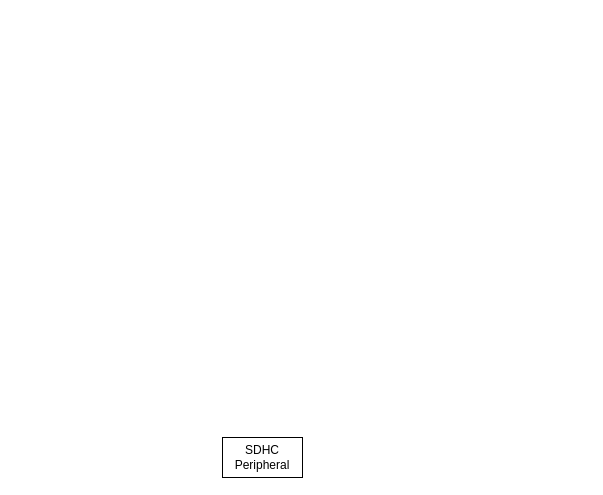
Lab-de-microprocesadores-G1/mp3-player keeps this draw.io diagram as page "Arquitectura" (2 of 2) of docs/diagrama.drawio. Above is the earlier version. Source tidied: cells renumbered, new cells numbered last; positions are measured from the earlier drawing's top-left corner, leaving out a move shared by most shapes. Both pictures are drawn from the tidied source at 100%, with x=0, y=0 at pixel (222, 437).
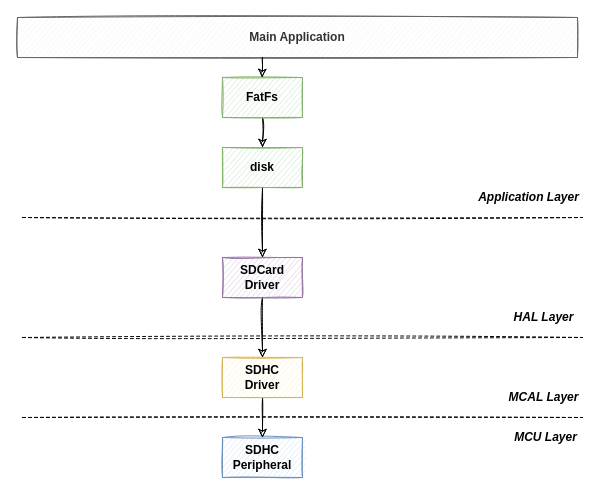
After the change.

Change to the diagram source:
```diff
@@
-    <mxCell id="2" value="SDHC Peripheral" style="rounded=0;whiteSpace=wrap;html=1;" parent="1" vertex="1">
+    <mxCell id="2" value="SDHC Peripheral" style="rounded=0;whiteSpace=wrap;html=1;sketch=1;fontStyle=1;fillColor=#dae8fc;strokeColor=#6c8ebf;" parent="1" vertex="1">
       <mxGeometry width="80" height="40" as="geometry" />
     </mxCell>
+    <mxCell id="3" style="edgeStyle=orthogonalEdgeStyle;rounded=0;jettySize=auto;html=1;exitX=0.5;exitY=1;exitDx=0;exitDy=0;entryX=0.5;entryY=0;entryDx=0;entryDy=0;sketch=1;" parent="1" edge="1" source="4" target="2">
+      <mxGeometry relative="1" as="geometry" />
+    </mxCell>
+    <mxCell id="4" value="SDHC&lt;br&gt;Driver" style="rounded=0;whiteSpace=wrap;html=1;sketch=1;fontStyle=1;fillColor=#fff2cc;strokeColor=#d6b656;" parent="1" vertex="1">
+      <mxGeometry y="-80" width="80" height="40" as="geometry" />
+    </mxCell>
+    <mxCell id="5" style="edgeStyle=orthogonalEdgeStyle;rounded=0;jettySize=auto;html=1;exitX=0.5;exitY=1;exitDx=0;exitDy=0;entryX=0.5;entryY=0;entryDx=0;entryDy=0;sketch=1;" parent="1" edge="1" source="6" target="4">
+      <mxGeometry relative="1" as="geometry" />
+    </mxCell>
+    <mxCell id="6" value="SDCard&lt;br&gt;Driver" style="rounded=0;whiteSpace=wrap;html=1;sketch=1;fontStyle=1;fillColor=#e1d5e7;strokeColor=#9673a6;" parent="1" vertex="1">
+      <mxGeometry y="-180" width="80" height="40" as="geometry" />
+    </mxCell>
+    <mxCell id="7" style="edgeStyle=orthogonalEdgeStyle;rounded=0;jettySize=auto;html=1;exitX=0.5;exitY=1;exitDx=0;exitDy=0;entryX=0.5;entryY=0;entryDx=0;entryDy=0;sketch=1;" parent="1" edge="1" source="8" target="6">
+      <mxGeometry relative="1" as="geometry" />
+    </mxCell>
+    <mxCell id="8" value="disk" style="rounded=0;whiteSpace=wrap;html=1;sketch=1;fontStyle=1;fillColor=#d5e8d4;strokeColor=#82b366;" parent="1" vertex="1">
+      <mxGeometry y="-290" width="80" height="40" as="geometry" />
+    </mxCell>
+    <mxCell id="9" style="edgeStyle=orthogonalEdgeStyle;rounded=0;jettySize=auto;html=1;exitX=0.5;exitY=1;exitDx=0;exitDy=0;entryX=0.5;entryY=0;entryDx=0;entryDy=0;sketch=1;" parent="1" edge="1" source="10" target="8">
+      <mxGeometry relative="1" as="geometry" />
+    </mxCell>
+    <mxCell id="10" value="FatFs" style="rounded=0;whiteSpace=wrap;html=1;sketch=1;fontStyle=1;fillColor=#d5e8d4;strokeColor=#82b366;" parent="1" vertex="1">
+      <mxGeometry y="-360" width="80" height="40" as="geometry" />
+    </mxCell>
+    <mxCell id="11" style="endArrow=none;dashed=1;html=1;sketch=1;" parent="1" edge="1">
+      <mxGeometry relative="1" as="geometry">
+        <mxPoint x="-200" y="-20" as="sourcePoint" />
+        <mxPoint x="360" y="-20" as="targetPoint" />
+      </mxGeometry>
+    </mxCell>
+    <mxCell id="12" style="endArrow=none;dashed=1;html=1;sketch=1;" parent="1" edge="1">
+      <mxGeometry relative="1" as="geometry">
+        <mxPoint x="-200" y="-220" as="sourcePoint" />
+        <mxPoint x="360" y="-220" as="targetPoint" />
+      </mxGeometry>
+    </mxCell>
+    <mxCell id="13" value="Application Layer" style="text;html=1;align=center;verticalAlign=middle;sketch=1;fontStyle=3;" parent="1" vertex="1">
+      <mxGeometry x="248" y="-250" width="115" height="20" as="geometry" />
+    </mxCell>
+    <mxCell id="14" value="MCAL Layer" style="text;html=1;align=center;verticalAlign=middle;sketch=1;fontStyle=3;" parent="1" vertex="1">
+      <mxGeometry x="278" y="-50" width="85" height="20" as="geometry" />
+    </mxCell>
+    <mxCell id="15" style="endArrow=none;dashed=1;html=1;sketch=1;" parent="1" edge="1">
+      <mxGeometry relative="1" as="geometry">
+        <mxPoint x="-200" y="-100" as="sourcePoint" />
+        <mxPoint x="360" y="-100" as="targetPoint" />
+      </mxGeometry>
+    </mxCell>
+    <mxCell id="16" value="HAL Layer" style="text;html=1;align=center;verticalAlign=middle;sketch=1;fontStyle=3;" parent="1" vertex="1">
+      <mxGeometry x="283" y="-130" width="75" height="20" as="geometry" />
+    </mxCell>
+    <mxCell id="17" value="MCU Layer" style="text;html=1;align=center;verticalAlign=middle;sketch=1;fontStyle=3;" parent="1" vertex="1">
+      <mxGeometry x="285" y="-10" width="75" height="20" as="geometry" />
+    </mxCell>
+    <mxCell id="18" value="Main Application" style="rounded=0;whiteSpace=wrap;html=1;sketch=1;fontStyle=1;fillColor=#f5f5f5;strokeColor=#666666;fontColor=#333333;" parent="1" vertex="1">
+      <mxGeometry x="-205" y="-420" width="560" height="40" as="geometry" />
+    </mxCell>
+    <mxCell id="19" style="edgeStyle=orthogonalEdgeStyle;rounded=0;orthogonalLoop=1;jettySize=auto;html=1;entryX=0.5;entryY=0;entryDx=0;entryDy=0;sketch=1;" parent="1" edge="1">
+      <mxGeometry relative="1" as="geometry">
+        <mxPoint x="40" y="-380" as="sourcePoint" />
+        <mxPoint x="39.7" y="-360" as="targetPoint" />
+      </mxGeometry>
+    </mxCell>
```
